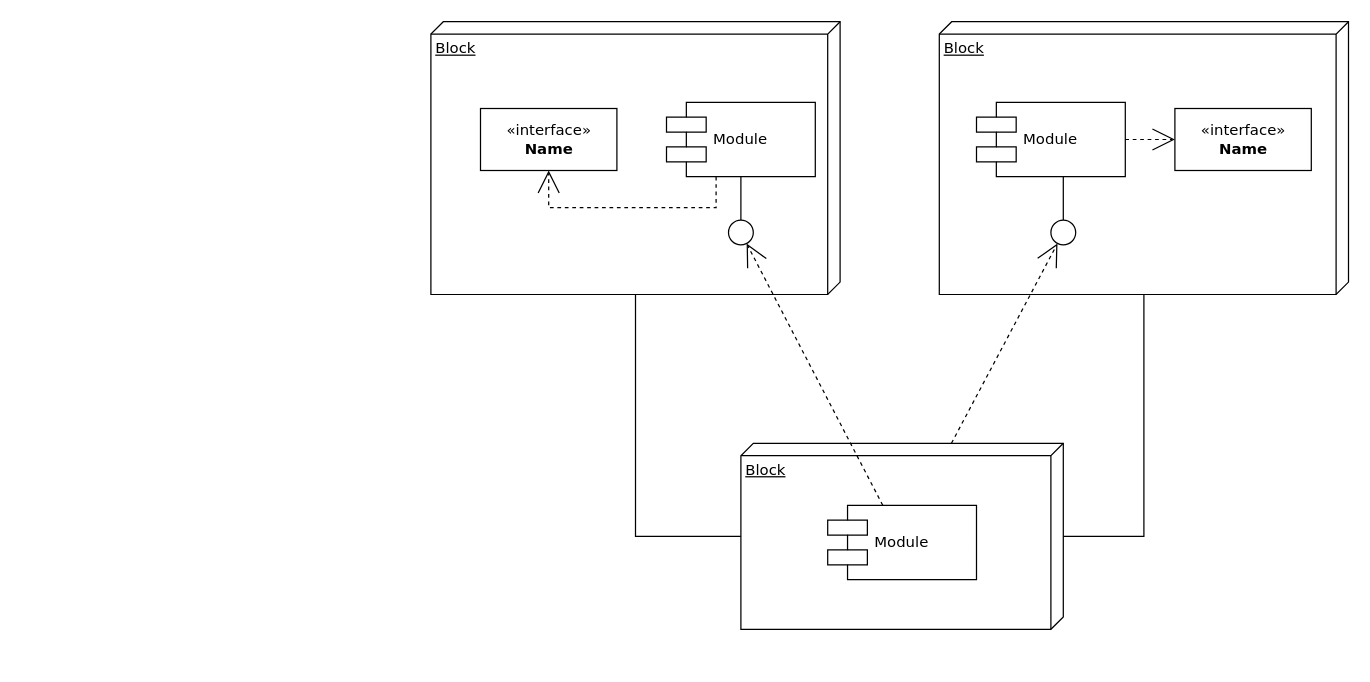
This is architecture_diagram/HLD.drawio from baratamramprasad/fastfoodchain, a draw.io file, before an edit. Source tidied: cells renumbered, new cells numbered last; positions are measured from the earlier drawing's top-left corner, leaving out a move shared by most shapes. Both pictures are drawn from the tidied source at 124%, with x=0, y=0 at pixel (430, 21).
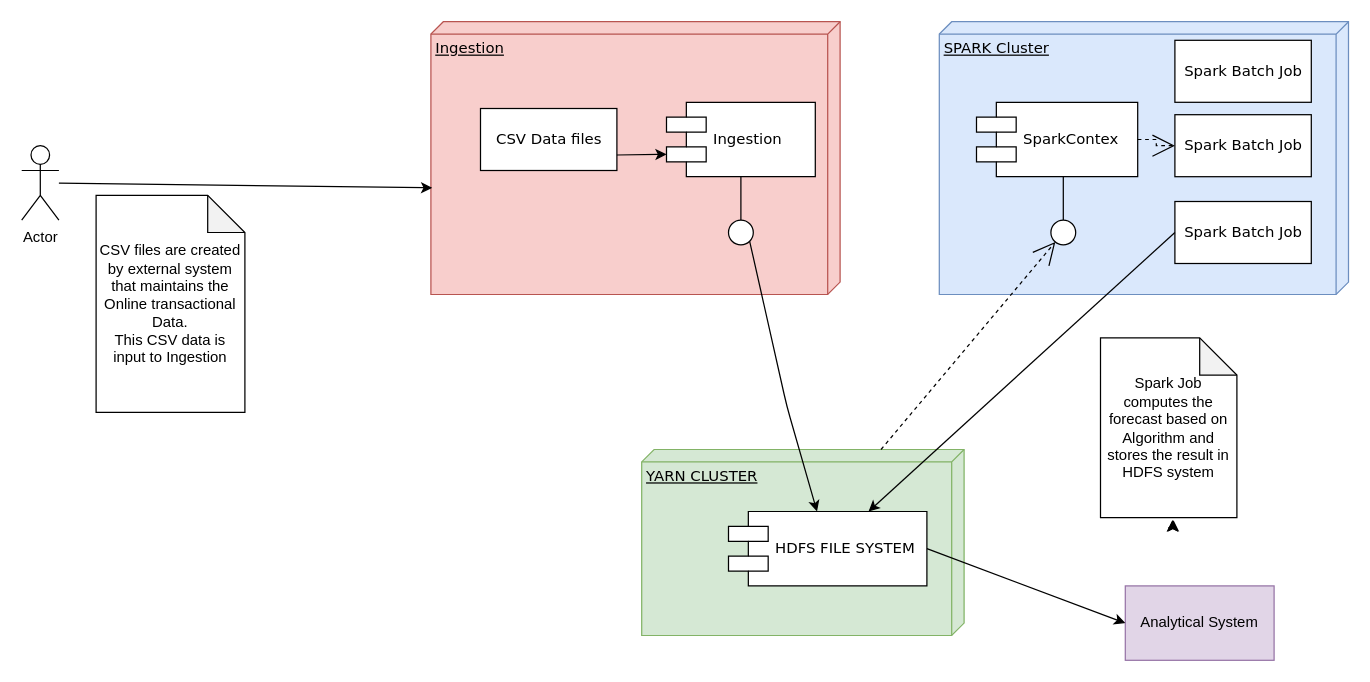
After the change.

The change refers to these unchanged cells:
```xml
<mxCell id="7" style="ellipse;whiteSpace=wrap;html=1;rounded=0;shadow=0;comic=0;labelBackgroundColor=none;strokeWidth=1;fontFamily=Verdana;fontSize=12;align=center;" parent="1" vertex="1">
  <mxGeometry x="240" y="160" width="20" height="20" as="geometry" />
</mxCell>
```

What changed in the source:
```diff
@@
-    <mxCell id="2" value="Block" style="verticalAlign=top;align=left;spacingTop=8;spacingLeft=2;spacingRight=12;shape=cube;size=10;direction=south;fontStyle=4;html=1;rounded=0;shadow=0;comic=0;labelBackgroundColor=none;strokeWidth=1;fontFamily=Verdana;fontSize=12;" parent="1" vertex="1">
+    <mxCell id="2" value="Ingestion" style="verticalAlign=top;align=left;spacingTop=8;spacingLeft=2;spacingRight=12;shape=cube;size=10;direction=south;fontStyle=4;html=1;rounded=0;shadow=0;comic=0;labelBackgroundColor=none;strokeWidth=1;fontFamily=Verdana;fontSize=12;fillColor=#f8cecc;strokeColor=#b85450;" parent="1" vertex="1">
       <mxGeometry width="330" height="220" as="geometry" />
     </mxCell>
-    <mxCell id="3" value="Block" style="verticalAlign=top;align=left;spacingTop=8;spacingLeft=2;spacingRight=12;shape=cube;size=10;direction=south;fontStyle=4;html=1;rounded=0;shadow=0;comic=0;labelBackgroundColor=none;strokeWidth=1;fontFamily=Verdana;fontSize=12;" parent="1" vertex="1">
+    <mxCell id="3" value="SPARK Cluster" style="verticalAlign=top;align=left;spacingTop=8;spacingLeft=2;spacingRight=12;shape=cube;size=10;direction=south;fontStyle=4;html=1;rounded=0;shadow=0;comic=0;labelBackgroundColor=none;strokeWidth=1;fontFamily=Verdana;fontSize=12;fillColor=#dae8fc;strokeColor=#6c8ebf;" parent="1" vertex="1">
       <mxGeometry x="410" width="330" height="220" as="geometry" />
     </mxCell>
-    <mxCell id="4" value="Block" style="verticalAlign=top;align=left;spacingTop=8;spacingLeft=2;spacingRight=12;shape=cube;size=10;direction=south;fontStyle=4;html=1;rounded=0;shadow=0;comic=0;labelBackgroundColor=none;strokeWidth=1;fontFamily=Verdana;fontSize=12;" parent="1" vertex="1">
-      <mxGeometry x="250" y="340" width="260" height="150" as="geometry" />
+    <mxCell id="4" value="YARN CLUSTER" style="verticalAlign=top;align=left;spacingTop=8;spacingLeft=2;spacingRight=12;shape=cube;size=10;direction=south;fontStyle=4;html=1;rounded=0;shadow=0;comic=0;labelBackgroundColor=none;strokeWidth=1;fontFamily=Verdana;fontSize=12;fillColor=#d5e8d4;strokeColor=#82b366;" parent="1" vertex="1">
+      <mxGeometry x="170" y="345" width="260" height="150" as="geometry" />
     </mxCell>
-    <mxCell id="5" value="&amp;laquo;interface&amp;raquo;&lt;br&gt;&lt;b&gt;Name&lt;/b&gt;" style="html=1;rounded=0;shadow=0;comic=0;labelBackgroundColor=none;strokeWidth=1;fontFamily=Verdana;fontSize=12;align=center;" parent="1" vertex="1">
+    <mxCell id="5" value="CSV Data files" style="html=1;rounded=0;shadow=0;comic=0;labelBackgroundColor=none;strokeWidth=1;fontFamily=Verdana;fontSize=12;align=center;" parent="1" vertex="1">
       <mxGeometry x="40" y="70" width="110" height="50" as="geometry" />
     </mxCell>
-    <mxCell id="6" value="Module" style="shape=component;align=left;spacingLeft=36;rounded=0;shadow=0;comic=0;labelBackgroundColor=none;strokeWidth=1;fontFamily=Verdana;fontSize=12;html=1;" parent="1" vertex="1">
+    <mxCell id="6" value="Ingestion" style="shape=component;align=left;spacingLeft=36;rounded=0;shadow=0;comic=0;labelBackgroundColor=none;strokeWidth=1;fontFamily=Verdana;fontSize=12;html=1;" parent="1" vertex="1">
       <mxGeometry x="190" y="65" width="120" height="60" as="geometry" />
     </mxCell>
@@
-    <mxCell id="8" value="Module" style="shape=component;align=left;spacingLeft=36;rounded=0;shadow=0;comic=0;labelBackgroundColor=none;strokeWidth=1;fontFamily=Verdana;fontSize=12;html=1;" parent="1" vertex="1">
-      <mxGeometry x="440" y="65" width="120" height="60" as="geometry" />
+    <mxCell id="8" value="SparkContex" style="shape=component;align=left;spacingLeft=36;rounded=0;shadow=0;comic=0;labelBackgroundColor=none;strokeWidth=1;fontFamily=Verdana;fontSize=12;html=1;" parent="1" vertex="1">
+      <mxGeometry x="440" y="65" width="130" height="60" as="geometry" />
     </mxCell>
-    <mxCell id="9" value="&amp;laquo;interface&amp;raquo;&lt;br&gt;&lt;b&gt;Name&lt;/b&gt;" style="html=1;rounded=0;shadow=0;comic=0;labelBackgroundColor=none;strokeWidth=1;fontFamily=Verdana;fontSize=12;align=center;" parent="1" vertex="1">
-      <mxGeometry x="600" y="70" width="110" height="50" as="geometry" />
+    <mxCell id="9" value="Spark Batch Job" style="html=1;rounded=0;shadow=0;comic=0;labelBackgroundColor=none;strokeWidth=1;fontFamily=Verdana;fontSize=12;align=center;" parent="1" vertex="1">
+      <mxGeometry x="600" y="75" width="110" height="50" as="geometry" />
     </mxCell>
@@
-    <mxCell id="11" value="Module" style="shape=component;align=left;spacingLeft=36;rounded=0;shadow=0;comic=0;labelBackgroundColor=none;strokeWidth=1;fontFamily=Verdana;fontSize=12;html=1;" parent="1" vertex="1">
-      <mxGeometry x="320" y="390" width="120" height="60" as="geometry" />
+    <mxCell id="11" value="HDFS FILE SYSTEM" style="shape=component;align=left;spacingLeft=36;rounded=0;shadow=0;comic=0;labelBackgroundColor=none;strokeWidth=1;fontFamily=Verdana;fontSize=12;html=1;" parent="1" vertex="1">
+      <mxGeometry x="240" y="395" width="160" height="60" as="geometry" />
     </mxCell>
-    <mxCell id="12" style="edgeStyle=none;rounded=0;html=1;dashed=1;labelBackgroundColor=none;startArrow=none;startFill=0;startSize=8;endArrow=open;endFill=0;endSize=16;fontFamily=Verdana;fontSize=12;" parent="1" edge="1" source="11" target="7">
-      <mxGeometry relative="1" as="geometry" />
-    </mxCell>
@@
-    <mxCell id="16" style="edgeStyle=orthogonalEdgeStyle;rounded=0;html=1;labelBackgroundColor=none;startArrow=none;startFill=0;startSize=8;endArrow=open;endFill=0;endSize=16;fontFamily=Verdana;fontSize=12;dashed=1;" parent="1" edge="1" source="6" target="5">
-      <mxGeometry relative="1" as="geometry">
-        <Array as="points">
-          <mxPoint x="230" y="150" />
-          <mxPoint x="95" y="150" />
-        </Array>
-      </mxGeometry>
-    </mxCell>
@@
-    <mxCell id="18" style="edgeStyle=orthogonalEdgeStyle;rounded=0;html=1;labelBackgroundColor=none;startArrow=none;startFill=0;startSize=8;endArrow=none;endFill=0;endSize=16;fontFamily=Verdana;fontSize=12;" parent="1" edge="1" source="4" target="3">
-      <mxGeometry relative="1" as="geometry">
-        <Array as="points">
-          <mxPoint x="575" y="415" />
-        </Array>
-      </mxGeometry>
-    </mxCell>
-    <mxCell id="19" style="edgeStyle=orthogonalEdgeStyle;rounded=0;html=1;labelBackgroundColor=none;startArrow=none;startFill=0;startSize=8;endArrow=none;endFill=0;endSize=16;fontFamily=Verdana;fontSize=12;" parent="1" edge="1" source="4" target="2">
-      <mxGeometry relative="1" as="geometry">
-        <Array as="points">
-          <mxPoint x="165" y="415" />
-        </Array>
-      </mxGeometry>
-    </mxCell>
+    <mxCell id="20" style="endArrow=classic;html=1;exitX=1;exitY=1;exitDx=0;exitDy=0;" parent="1" edge="1" source="7" target="11">
+      <mxGeometry relative="1" as="geometry">
+        <Array as="points">
+          <mxPoint x="287" y="310" />
+        </Array>
+      </mxGeometry>
+    </mxCell>
+    <mxCell id="21" style="endArrow=classic;html=1;exitX=1;exitY=0.75;exitDx=0;exitDy=0;entryX=0;entryY=0.7;entryDx=0;entryDy=0;" parent="1" edge="1" source="5" target="6">
+      <mxGeometry relative="1" as="geometry" />
+    </mxCell>
+    <mxCell id="22" style="edgeStyle=orthogonalEdgeStyle;rounded=0;orthogonalLoop=1;jettySize=auto;html=1;exitX=0;exitY=0.3;exitDx=0;exitDy=0;entryX=0.025;entryY=0.2;entryDx=0;entryDy=0;entryPerimeter=0;" parent="1" edge="1">
+      <mxGeometry relative="1" as="geometry">
+        <mxPoint x="595" y="408" as="sourcePoint" />
+        <mxPoint x="598.9" y="402" as="targetPoint" />
+      </mxGeometry>
+    </mxCell>
+    <mxCell id="23" style="edgeStyle=orthogonalEdgeStyle;rounded=0;orthogonalLoop=1;jettySize=auto;html=1;exitX=0;exitY=0.3;exitDx=0;exitDy=0;entryX=0.025;entryY=0.2;entryDx=0;entryDy=0;entryPerimeter=0;" parent="1" edge="1">
+      <mxGeometry relative="1" as="geometry">
+        <mxPoint x="595" y="408" as="sourcePoint" />
+        <mxPoint x="598" y="402" as="targetPoint" />
+      </mxGeometry>
+    </mxCell>
+    <mxCell id="24" style="edgeStyle=orthogonalEdgeStyle;rounded=0;orthogonalLoop=1;jettySize=auto;html=1;exitX=0;exitY=0.3;exitDx=0;exitDy=0;entryX=0.025;entryY=0.2;entryDx=0;entryDy=0;entryPerimeter=0;" parent="1" edge="1">
+      <mxGeometry relative="1" as="geometry">
+        <mxPoint x="595" y="408" as="sourcePoint" />
+        <mxPoint x="598" y="402" as="targetPoint" />
+      </mxGeometry>
+    </mxCell>
+    <mxCell id="25" value="Spark Batch Job" style="html=1;rounded=0;shadow=0;comic=0;labelBackgroundColor=none;strokeWidth=1;fontFamily=Verdana;fontSize=12;align=center;" parent="1" vertex="1">
+      <mxGeometry x="600" y="145" width="110" height="50" as="geometry" />
+    </mxCell>
+    <mxCell id="26" value="Spark Batch Job" style="html=1;rounded=0;shadow=0;comic=0;labelBackgroundColor=none;strokeWidth=1;fontFamily=Verdana;fontSize=12;align=center;" parent="1" vertex="1">
+      <mxGeometry x="600" y="15" width="110" height="50" as="geometry" />
+    </mxCell>
+    <mxCell id="27" value="Actor" style="shape=umlActor;verticalLabelPosition=bottom;verticalAlign=top;html=1;outlineConnect=0;" parent="1" vertex="1">
+      <mxGeometry x="-330" y="100" width="30" height="60" as="geometry" />
+    </mxCell>
+    <mxCell id="28" style="endArrow=classic;html=1;entryX=0.609;entryY=0.997;entryDx=0;entryDy=0;entryPerimeter=0;" parent="1" edge="1" source="27" target="2">
+      <mxGeometry relative="1" as="geometry" />
+    </mxCell>
+    <mxCell id="29" value="CSV files are created by external system that maintains the Online transactional Data.&lt;br&gt;This CSV data is input to Ingestion" style="shape=note;whiteSpace=wrap;html=1;backgroundOutline=1;darkOpacity=0.05;" parent="1" vertex="1">
+      <mxGeometry x="-270" y="140" width="120" height="175" as="geometry" />
+    </mxCell>
+    <mxCell id="30" style="endArrow=classic;html=1;exitX=0;exitY=0.5;exitDx=0;exitDy=0;" parent="1" edge="1" source="25" target="11">
+      <mxGeometry relative="1" as="geometry" />
+    </mxCell>
+    <mxCell id="31" value="Spark Job computes the forecast based on Algorithm and stores the result in HDFS system" style="shape=note;whiteSpace=wrap;html=1;backgroundOutline=1;darkOpacity=0.05;" parent="1" vertex="1">
+      <mxGeometry x="540" y="255" width="110" height="145" as="geometry" />
+    </mxCell>
+    <mxCell id="32" value="Analytical System" style="rounded=0;whiteSpace=wrap;html=1;fillColor=#e1d5e7;strokeColor=#9673a6;" parent="1" vertex="1">
+      <mxGeometry x="560" y="455" width="120" height="60" as="geometry" />
+    </mxCell>
+    <mxCell id="33" style="endArrow=classic;html=1;entryX=0;entryY=0.5;entryDx=0;entryDy=0;exitX=1;exitY=0.5;exitDx=0;exitDy=0;" parent="1" edge="1" source="11" target="32">
+      <mxGeometry relative="1" as="geometry" />
+    </mxCell>
```
